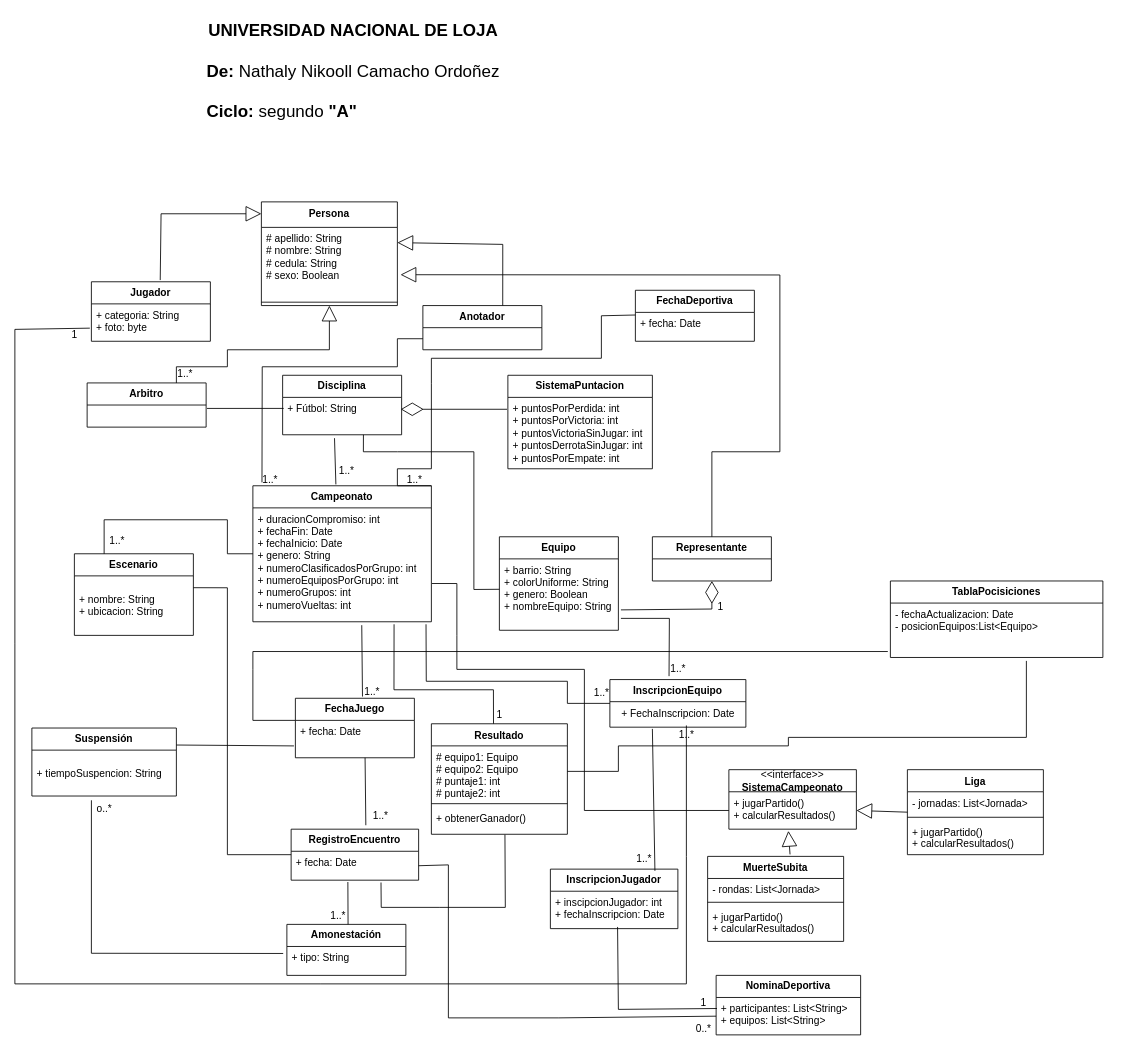
Above: Deportes_POO.drawio in Nikooll/Deportes_POO (draw.io), before the change. Source tidied: cells renumbered, new cells numbered last; positions are measured from the earlier drawing's top-left corner, leaving out a move shared by most shapes. Both pictures are drawn from the tidied source at 85%, with x=0, y=0 at pixel (14, 14).
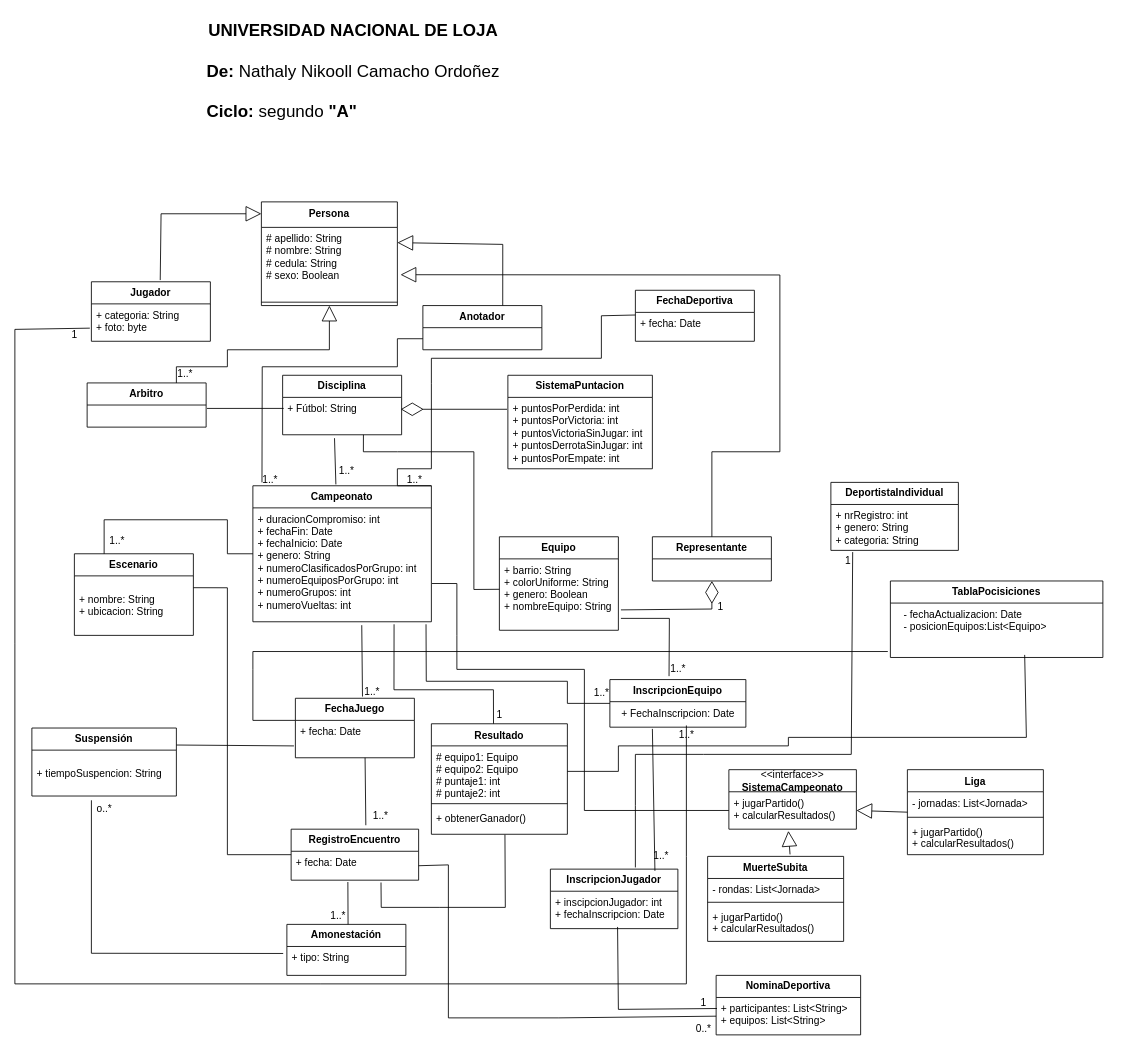
After the change.

Unchanged cells that the change refers to:
```xml
<mxCell id="87" value="&lt;b&gt;TablaPocisiciones&lt;/b&gt;" style="swimlane;fontStyle=0;horizontal=1;startSize=26;fillColor=none;whiteSpace=wrap;html=1;" parent="1" vertex="1">
  <mxGeometry x="1030" y="666" width="250" height="90" as="geometry" />
</mxCell>
```

What changed in the source:
```diff
@@
-    <mxCell id="88" value="&lt;div&gt;- fechaActualizacion: Date&lt;/div&gt;&lt;div&gt;&lt;div&gt;- posicionEquipos:List&lt;span lang=&quot;es&quot; class=&quot;BxUVEf ILfuVd&quot;&gt;&lt;span class=&quot;hgKElc&quot;&gt;&amp;lt;Equipo&lt;/span&gt;&lt;/span&gt;&lt;span lang=&quot;es&quot; class=&quot;BxUVEf ILfuVd&quot;&gt;&lt;span class=&quot;hgKElc&quot;&gt;&amp;gt;&lt;/span&gt;&lt;/span&gt;&lt;/div&gt;&lt;/div&gt;" style="text;strokeColor=none;fillColor=none;align=left;verticalAlign=top;spacingLeft=4;spacingRight=4;overflow=hidden;points=[[0,0.5],[1,0.5]];portConstraint=eastwest;whiteSpace=wrap;html=1;" parent="87" vertex="1">
-      <mxGeometry y="26" width="250" height="64" as="geometry" />
-    </mxCell>
-    <mxCell id="89" style="endArrow=none;html=1;rounded=0;entryX=0.64;entryY=1.063;entryDx=0;entryDy=0;entryPerimeter=0;" parent="1" edge="1" target="88">
+    <mxCell id="89" style="endArrow=none;html=1;rounded=0;entryX=0.592;entryY=0.953;entryDx=0;entryDy=0;entryPerimeter=0;" parent="1" edge="1" target="88">
       <mxGeometry relative="1" as="geometry">
         <mxPoint x="650" y="890" as="sourcePoint" />
         <Array as="points">
           <mxPoint x="710" y="890" />
           <mxPoint x="710" y="860" />
           <mxPoint x="910" y="860" />
           <mxPoint x="910" y="850" />
           <mxPoint x="1190" y="850" />
         </Array>
       </mxGeometry>
     </mxCell>
@@
     <mxCell id="94" value="1..*" style="text;html=1;align=center;verticalAlign=middle;strokeColor=none;fillColor=none;" parent="1" vertex="1">
-      <mxGeometry x="720" y="978" width="40" height="30" as="geometry" />
+      <mxGeometry x="740" y="975" width="40" height="30" as="geometry" />
     </mxCell>
@@
+    <mxCell id="102" value="&lt;b&gt;DeportistaIndividual&lt;/b&gt;" style="swimlane;fontStyle=0;horizontal=1;startSize=26;fillColor=none;whiteSpace=wrap;html=1;" parent="1" vertex="1">
+      <mxGeometry x="960" y="550" width="150" height="80" as="geometry" />
+    </mxCell>
+    <mxCell id="103" value="&lt;div&gt;+ nrRegistro: int&lt;/div&gt;&lt;div&gt;+ genero: String&lt;/div&gt;&lt;div&gt;+ categoria: String&lt;br&gt;&lt;/div&gt;" style="text;strokeColor=none;fillColor=none;align=left;verticalAlign=top;spacingLeft=4;spacingRight=4;overflow=hidden;points=[[0,0.5],[1,0.5]];portConstraint=eastwest;whiteSpace=wrap;html=1;" parent="102" vertex="1">
+      <mxGeometry y="26" width="150" height="54" as="geometry" />
+    </mxCell>
+    <mxCell id="88" value="&lt;div&gt;- fechaActualizacion: Date&lt;/div&gt;&lt;div&gt;&lt;div&gt;- posicionEquipos:List&lt;span lang=&quot;es&quot; class=&quot;BxUVEf ILfuVd&quot;&gt;&lt;span class=&quot;hgKElc&quot;&gt;&amp;lt;Equipo&lt;/span&gt;&lt;/span&gt;&lt;span lang=&quot;es&quot; class=&quot;BxUVEf ILfuVd&quot;&gt;&lt;span class=&quot;hgKElc&quot;&gt;&amp;gt;&lt;/span&gt;&lt;/span&gt;&lt;/div&gt;&lt;/div&gt;" style="text;strokeColor=none;fillColor=none;align=left;verticalAlign=top;spacingLeft=4;spacingRight=4;overflow=hidden;points=[[0,0.5],[1,0.5]];portConstraint=eastwest;whiteSpace=wrap;html=1;" parent="1" vertex="1">
+      <mxGeometry x="1040" y="692" width="250" height="64" as="geometry" />
+    </mxCell>
+    <mxCell id="104" style="endArrow=none;html=1;rounded=0;entryX=0.171;entryY=1.037;entryDx=0;entryDy=0;entryPerimeter=0;" parent="1" edge="1" target="103">
+      <mxGeometry relative="1" as="geometry">
+        <mxPoint x="730" y="1003" as="sourcePoint" />
+        <Array as="points">
+          <mxPoint x="730" y="930" />
+          <mxPoint x="730" y="870" />
+          <mxPoint x="810" y="870" />
+          <mxPoint x="984" y="870" />
+        </Array>
+      </mxGeometry>
+    </mxCell>
+    <mxCell id="105" value="1" style="text;html=1;align=center;verticalAlign=middle;strokeColor=none;fillColor=none;" parent="1" vertex="1">
+      <mxGeometry x="965" y="628" width="30" height="30" as="geometry" />
+    </mxCell>
```
